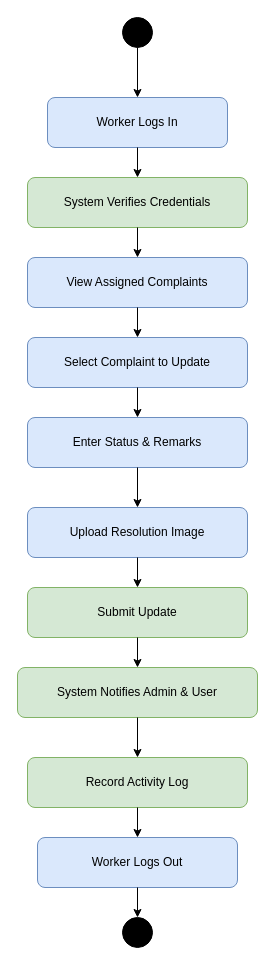
Above: UML diagrams/workerActivity.drawio in shitkarjidnesh/FixMyCity (draw.io), before the change. Source tidied: cells renumbered, new cells numbered last; positions are measured from the earlier drawing's top-left corner, leaving out a move shared by most shapes. Both pictures are drawn from the tidied source at 100%, with x=0, y=0 at pixel (17, 17).
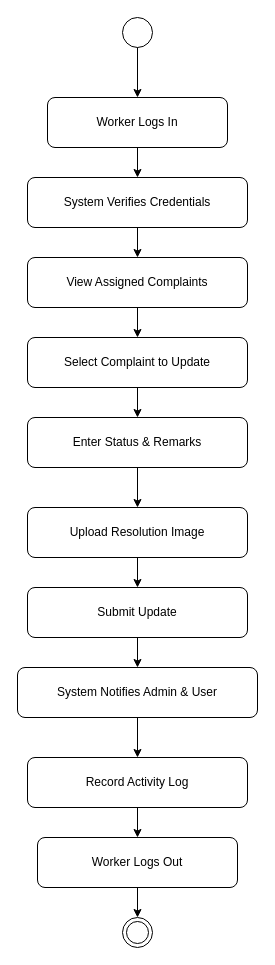
After the change.

What changed in the source:
```diff
@@
-    <mxCell id="2" style="shape=ellipse;fillColor=#000000;strokeColor=#000000;perimeter=ellipsePerimeter;" parent="1" vertex="1">
+    <mxCell id="2" style="shape=ellipse;perimeter=ellipsePerimeter;" parent="1" vertex="1">
       <mxGeometry x="105" width="30" height="30" as="geometry" />
     </mxCell>
-    <mxCell id="3" value="Worker Logs In" style="rounded=1;whiteSpace=wrap;html=1;fillColor=#dae8fc;strokeColor=#6c8ebf;" parent="1" vertex="1">
+    <mxCell id="3" value="Worker Logs In" style="rounded=1;whiteSpace=wrap;html=1;" parent="1" vertex="1">
       <mxGeometry x="30" y="80" width="180" height="50" as="geometry" />
     </mxCell>
-    <mxCell id="4" value="System Verifies Credentials" style="rounded=1;whiteSpace=wrap;html=1;fillColor=#d5e8d4;strokeColor=#82b366;" parent="1" vertex="1">
+    <mxCell id="4" value="System Verifies Credentials" style="rounded=1;whiteSpace=wrap;html=1;" parent="1" vertex="1">
       <mxGeometry x="10" y="160" width="220" height="50" as="geometry" />
     </mxCell>
-    <mxCell id="5" value="View Assigned Complaints" style="rounded=1;whiteSpace=wrap;html=1;fillColor=#dae8fc;strokeColor=#6c8ebf;" parent="1" vertex="1">
+    <mxCell id="5" value="View Assigned Complaints" style="rounded=1;whiteSpace=wrap;html=1;" parent="1" vertex="1">
       <mxGeometry x="10" y="240" width="220" height="50" as="geometry" />
     </mxCell>
-    <mxCell id="6" value="Select Complaint to Update" style="rounded=1;whiteSpace=wrap;html=1;fillColor=#dae8fc;strokeColor=#6c8ebf;" parent="1" vertex="1">
+    <mxCell id="6" value="Select Complaint to Update" style="rounded=1;whiteSpace=wrap;html=1;" parent="1" vertex="1">
       <mxGeometry x="10" y="320" width="220" height="50" as="geometry" />
     </mxCell>
-    <mxCell id="7" value="Enter Status &amp; Remarks" style="rounded=1;whiteSpace=wrap;html=1;fillColor=#dae8fc;strokeColor=#6c8ebf;" parent="1" vertex="1">
+    <mxCell id="7" value="Enter Status &amp; Remarks" style="rounded=1;whiteSpace=wrap;html=1;" parent="1" vertex="1">
       <mxGeometry x="10" y="400" width="220" height="50" as="geometry" />
     </mxCell>
-    <mxCell id="8" value="Upload Resolution Image" style="rounded=1;whiteSpace=wrap;html=1;fillColor=#dae8fc;strokeColor=#6c8ebf;" parent="1" vertex="1">
+    <mxCell id="8" value="Upload Resolution Image" style="rounded=1;whiteSpace=wrap;html=1;" parent="1" vertex="1">
       <mxGeometry x="10" y="490" width="220" height="50" as="geometry" />
     </mxCell>
-    <mxCell id="9" value="Submit Update" style="rounded=1;whiteSpace=wrap;html=1;fillColor=#d5e8d4;strokeColor=#82b366;" parent="1" vertex="1">
+    <mxCell id="9" value="Submit Update" style="rounded=1;whiteSpace=wrap;html=1;" parent="1" vertex="1">
       <mxGeometry x="10" y="570" width="220" height="50" as="geometry" />
     </mxCell>
-    <mxCell id="10" value="System Notifies Admin &amp; User" style="rounded=1;whiteSpace=wrap;html=1;fillColor=#d5e8d4;strokeColor=#82b366;" parent="1" vertex="1">
+    <mxCell id="10" value="System Notifies Admin &amp; User" style="rounded=1;whiteSpace=wrap;html=1;" parent="1" vertex="1">
       <mxGeometry y="650" width="240" height="50" as="geometry" />
     </mxCell>
-    <mxCell id="11" value="Record Activity Log" style="rounded=1;whiteSpace=wrap;html=1;fillColor=#d5e8d4;strokeColor=#82b366;" parent="1" vertex="1">
+    <mxCell id="11" value="Record Activity Log" style="rounded=1;whiteSpace=wrap;html=1;" parent="1" vertex="1">
       <mxGeometry x="10" y="740" width="220" height="50" as="geometry" />
     </mxCell>
-    <mxCell id="12" value="Worker Logs Out" style="rounded=1;whiteSpace=wrap;html=1;fillColor=#dae8fc;strokeColor=#6c8ebf;" parent="1" vertex="1">
+    <mxCell id="12" value="Worker Logs Out" style="rounded=1;whiteSpace=wrap;html=1;" parent="1" vertex="1">
       <mxGeometry x="20" y="820" width="200" height="50" as="geometry" />
     </mxCell>
-    <mxCell id="13" style="shape=doubleEllipse;fillColor=#000000;strokeColor=#000000;" parent="1" vertex="1">
+    <mxCell id="13" style="shape=doubleEllipse;" parent="1" vertex="1">
       <mxGeometry x="105" y="900" width="30" height="30" as="geometry" />
     </mxCell>
```
